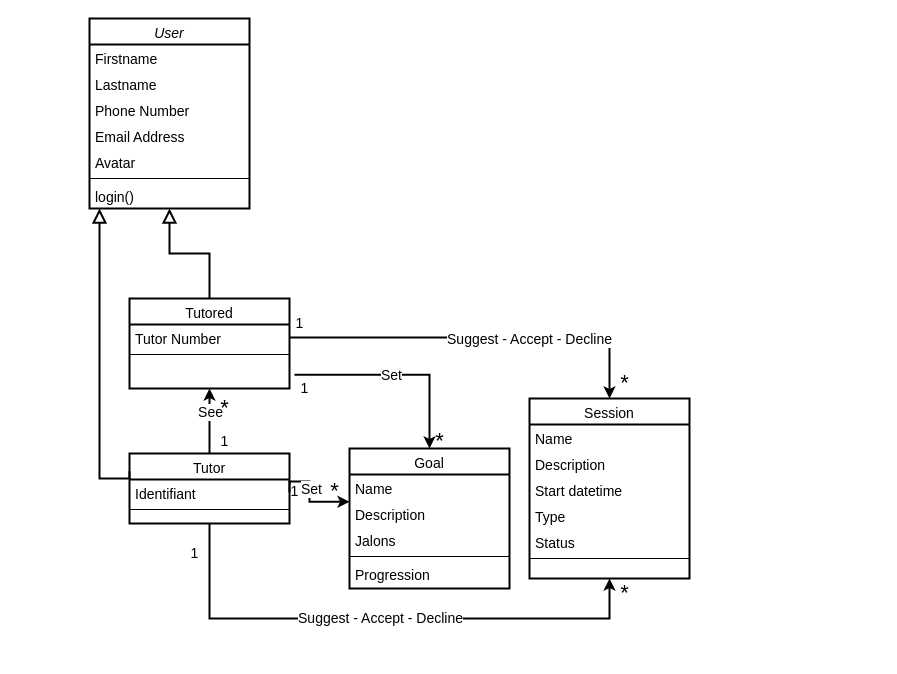
The draw.io diagram page "Diagramme de classes" (1 of 2) of uml_avenirs.drawio in cbeauquel/oc_projet9, before the edit. Source tidied: cells renumbered, new cells numbered last; positions are measured from the earlier drawing's top-left corner, leaving out a move shared by most shapes. Both pictures are drawn from the tidied source at 100%, with x=0, y=0 at pixel (89, 18).
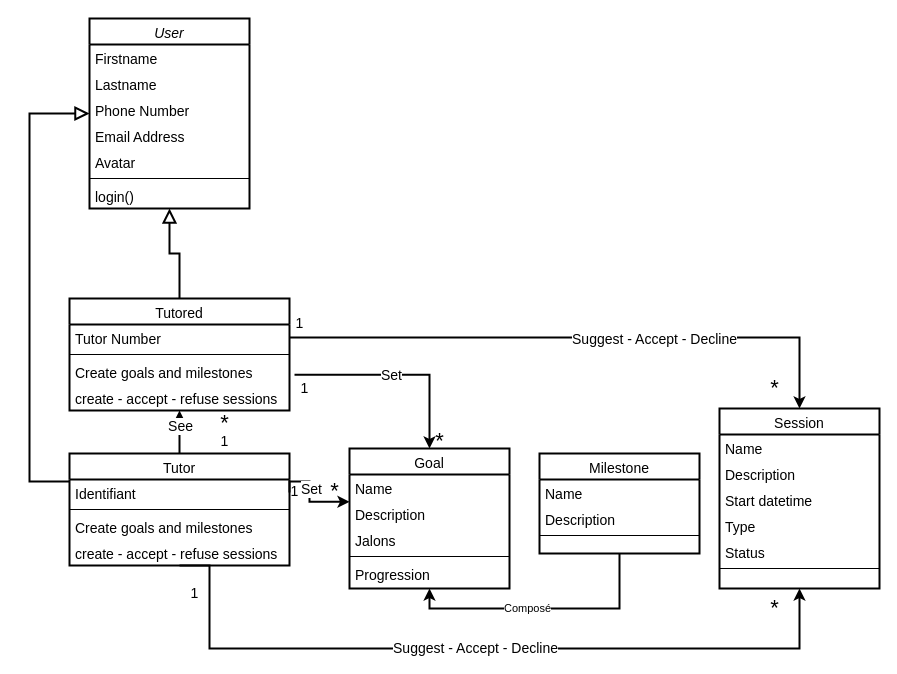
The same page after the edit.

Commit message (it also covers changes not shown here):
Mettre à jour uml_avenirs.drawio

The change refers to these unchanged cells:
```xml
<mxCell id="2" value="User" style="swimlane;fontStyle=2;align=center;verticalAlign=top;horizontal=1;startSize=26;rounded=0;shadow=0;strokeWidth=2;fontSize=14;" parent="1" vertex="1">
  <mxGeometry width="160" height="190" as="geometry" />
</mxCell>
<mxCell id="26" value="Goal" style="swimlane;fontStyle=0;align=center;verticalAlign=top;horizontal=1;startSize=26;rounded=0;shadow=0;strokeWidth=2;fontSize=14;" parent="1" vertex="1">
  <mxGeometry x="260" y="430" width="160" height="140" as="geometry" />
</mxCell>
```

Diff of the diagram source:
```diff
@@
     <mxCell id="12" value="Tutored" style="swimlane;fontStyle=0;align=center;verticalAlign=top;horizontal=1;startSize=26;rounded=0;shadow=0;strokeWidth=2;fontSize=14;" parent="1" vertex="1">
-      <mxGeometry x="40" y="280" width="160" height="90" as="geometry" />
+      <mxGeometry x="-20" y="280" width="220" height="112" as="geometry" />
     </mxCell>
     <mxCell id="13" value="Tutor Number" style="text;align=left;verticalAlign=top;spacingLeft=4;spacingRight=4;overflow=hidden;points=[[0,0.5],[1,0.5]];portConstraint=eastwest;fontSize=14;" parent="12" vertex="1">
-      <mxGeometry y="26" width="160" height="26" as="geometry" />
+      <mxGeometry y="26" width="220" height="26" as="geometry" />
     </mxCell>
     <mxCell id="14" style="line;html=1;strokeWidth=1;align=left;verticalAlign=middle;spacingTop=-1;spacingLeft=3;spacingRight=3;labelPosition=right;fontSize=14;" parent="12" vertex="1">
-      <mxGeometry y="52" width="160" height="8" as="geometry" />
+      <mxGeometry y="52" width="220" height="8" as="geometry" />
     </mxCell>
+    <mxCell id="51" value="Create goals and milestones" style="text;align=left;verticalAlign=top;spacingLeft=4;spacingRight=4;overflow=hidden;fontSize=14;" parent="12" vertex="1">
+      <mxGeometry y="60" width="220" height="26" as="geometry" />
+    </mxCell>
+    <mxCell id="52" value="create - accept - refuse sessions" style="text;align=left;verticalAlign=top;spacingLeft=4;spacingRight=4;overflow=hidden;fontSize=14;" parent="12" vertex="1">
+      <mxGeometry y="86" width="220" height="26" as="geometry" />
+    </mxCell>
@@
     <mxCell id="18" style="edgeStyle=orthogonalEdgeStyle;rounded=0;jettySize=auto;html=1;exitX=0.5;exitY=1;exitDx=0;exitDy=0;entryX=0.5;entryY=1;entryDx=0;entryDy=0;strokeWidth=2;fontSize=14;" parent="1" edge="1" source="22" target="32">
       <mxGeometry relative="1" as="geometry">
         <Array as="points">
-          <mxPoint x="120" y="600" />
-          <mxPoint x="520" y="600" />
+          <mxPoint x="120" y="630" />
+          <mxPoint x="710" y="630" />
         </Array>
       </mxGeometry>
     </mxCell>
@@
     <mxCell id="22" value="Tutor" style="swimlane;fontStyle=0;align=center;verticalAlign=top;horizontal=1;startSize=26;rounded=0;shadow=0;strokeWidth=2;fontSize=14;" parent="1" vertex="1">
-      <mxGeometry x="40" y="435" width="160" height="70" as="geometry" />
+      <mxGeometry x="-20" y="435" width="220" height="112" as="geometry" />
     </mxCell>
     <mxCell id="23" value="Identifiant" style="text;align=left;verticalAlign=top;spacingLeft=4;spacingRight=4;overflow=hidden;points=[[0,0.5],[1,0.5]];portConstraint=eastwest;fontSize=14;" parent="22" vertex="1">
-      <mxGeometry y="26" width="160" height="26" as="geometry" />
+      <mxGeometry y="26" width="220" height="26" as="geometry" />
     </mxCell>
     <mxCell id="24" style="line;html=1;strokeWidth=1;align=left;verticalAlign=middle;spacingTop=-1;spacingLeft=3;spacingRight=3;labelPosition=right;fontSize=14;" parent="22" vertex="1">
-      <mxGeometry y="52" width="160" height="8" as="geometry" />
+      <mxGeometry y="52" width="220" height="8" as="geometry" />
     </mxCell>
+    <mxCell id="53" value="Create goals and milestones" style="text;align=left;verticalAlign=top;spacingLeft=4;spacingRight=4;overflow=hidden;fontSize=14;" parent="22" vertex="1">
+      <mxGeometry y="60" width="220" height="26" as="geometry" />
+    </mxCell>
+    <mxCell id="54" value="create - accept - refuse sessions" style="text;align=left;verticalAlign=top;spacingLeft=4;spacingRight=4;overflow=hidden;fontSize=14;" parent="22" vertex="1">
+      <mxGeometry y="86" width="220" height="26" as="geometry" />
+    </mxCell>
-    <mxCell id="25" style="endArrow=block;endSize=10;endFill=0;shadow=0;strokeWidth=2;rounded=0;curved=0;edgeStyle=elbowEdgeStyle;elbow=vertical;exitX=0;exitY=0.25;exitDx=0;exitDy=0;fontSize=14;" parent="1" edge="1" source="22" target="2">
+    <mxCell id="25" style="endArrow=block;endSize=10;endFill=0;shadow=0;strokeWidth=2;rounded=0;curved=0;edgeStyle=elbowEdgeStyle;elbow=vertical;exitX=0;exitY=0.25;exitDx=0;exitDy=0;fontSize=14;entryX=0;entryY=0.5;entryDx=0;entryDy=0;" parent="1" edge="1" source="22" target="2">
       <mxGeometry relative="1" as="geometry">
         <Array as="points">
-          <mxPoint x="10" y="460" />
+          <mxPoint x="-60" y="440" />
         </Array>
       </mxGeometry>
     </mxCell>
+    <mxCell id="55" style="edgeStyle=orthogonalEdgeStyle;rounded=0;jettySize=auto;html=1;exitX=0.5;exitY=1;exitDx=0;exitDy=0;entryX=0.5;entryY=1;entryDx=0;entryDy=0;strokeWidth=2;startArrow=classic;startFill=1;endArrow=none;endFill=0;" parent="1" edge="1" source="26" target="57">
+      <mxGeometry relative="1" as="geometry" />
+    </mxCell>
+    <mxCell id="56" value="Composé" style="edgeLabel;html=1;align=center;verticalAlign=middle;" parent="55" vertex="1">
+      <mxGeometry x="-0.12" y="1" relative="1" as="geometry" />
+    </mxCell>
@@
     <mxCell id="32" value="Session" style="swimlane;fontStyle=0;align=center;verticalAlign=top;horizontal=1;startSize=26;rounded=0;shadow=0;strokeWidth=2;fontSize=14;" parent="1" vertex="1">
-      <mxGeometry x="440" y="380" width="160" height="180" as="geometry" />
+      <mxGeometry x="630" y="390" width="160" height="180" as="geometry" />
     </mxCell>
@@
     <mxCell id="44" value="&lt;font style=&quot;font-size: 22px;&quot;&gt;*&lt;/font&gt;" style="text;html=1;align=center;verticalAlign=middle;strokeColor=none;fillColor=none;fontSize=22;" parent="1" vertex="1">
-      <mxGeometry x="520" y="345" width="30" height="40" as="geometry" />
+      <mxGeometry x="670" y="350" width="30" height="40" as="geometry" />
     </mxCell>
@@
     <mxCell id="47" value="1" style="text;html=1;align=center;verticalAlign=middle;strokeColor=none;fillColor=none;fontSize=14;" parent="1" vertex="1">
-      <mxGeometry x="90" y="520" width="30" height="30" as="geometry" />
+      <mxGeometry x="90" y="560" width="30" height="30" as="geometry" />
     </mxCell>
     <mxCell id="48" value="&lt;font style=&quot;font-size: 22px;&quot;&gt;*&lt;/font&gt;" style="text;html=1;align=center;verticalAlign=middle;strokeColor=none;fillColor=none;fontSize=22;" parent="1" vertex="1">
-      <mxGeometry x="520" y="555" width="30" height="40" as="geometry" />
+      <mxGeometry x="670" y="570" width="30" height="40" as="geometry" />
     </mxCell>
@@
     <mxCell id="50" value="&lt;font style=&quot;font-size: 22px;&quot;&gt;*&lt;/font&gt;" style="text;html=1;align=center;verticalAlign=middle;strokeColor=none;fillColor=none;strokeWidth=2;fontSize=22;" parent="1" vertex="1">
-      <mxGeometry x="120" y="370" width="30" height="40" as="geometry" />
+      <mxGeometry x="120" y="385" width="30" height="40" as="geometry" />
     </mxCell>
+    <mxCell id="57" value="Milestone" style="swimlane;fontStyle=0;align=center;verticalAlign=top;horizontal=1;startSize=26;rounded=0;shadow=0;strokeWidth=2;fontSize=14;" parent="1" vertex="1">
+      <mxGeometry x="450" y="435" width="160" height="100" as="geometry" />
+    </mxCell>
+    <mxCell id="58" value="Name" style="text;align=left;verticalAlign=top;spacingLeft=4;spacingRight=4;overflow=hidden;fontSize=14;" parent="57" vertex="1">
+      <mxGeometry y="26" width="160" height="26" as="geometry" />
+    </mxCell>
+    <mxCell id="59" value="Description" style="text;align=left;verticalAlign=top;spacingLeft=4;spacingRight=4;overflow=hidden;fontSize=14;" parent="57" vertex="1">
+      <mxGeometry y="52" width="160" height="26" as="geometry" />
+    </mxCell>
+    <mxCell id="60" style="line;html=1;strokeWidth=1;align=left;verticalAlign=middle;spacingTop=-1;spacingLeft=3;spacingRight=3;labelPosition=right;fontSize=14;" parent="57" vertex="1">
+      <mxGeometry y="78" width="160" height="8" as="geometry" />
+    </mxCell>
```
